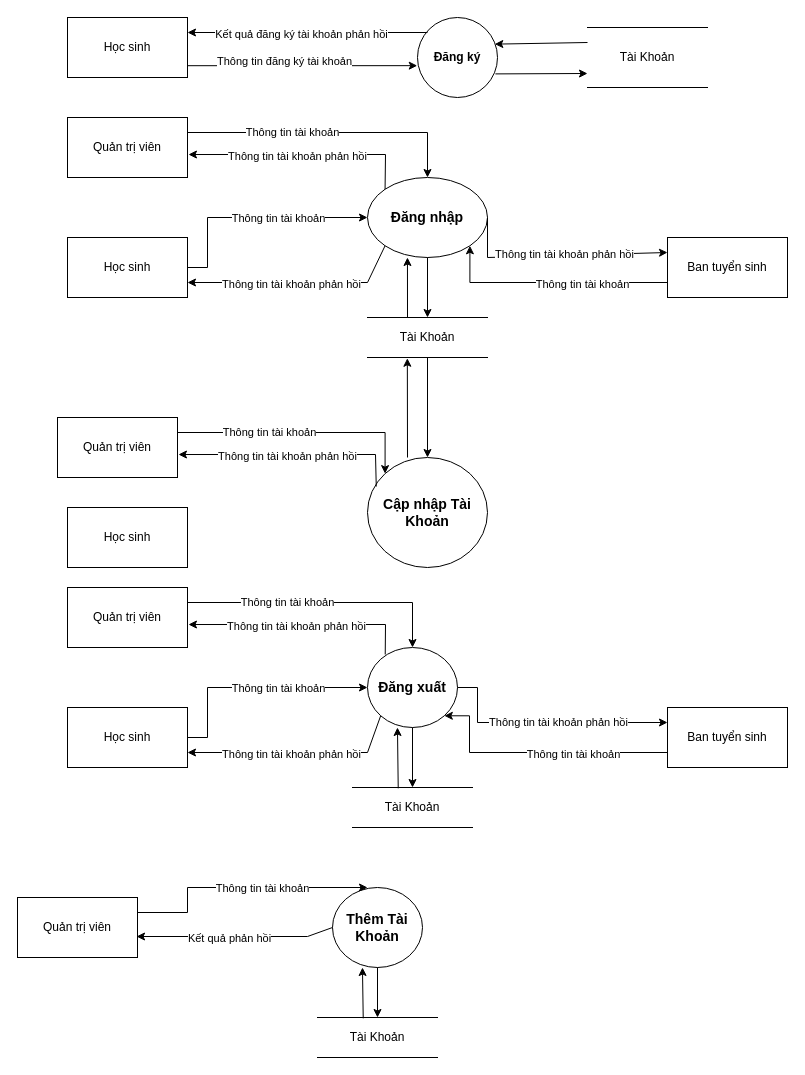
truongquangkhai99/TrinhVanTu_DATN keeps this draw.io diagram as page "Biểu đồ luồng dữ liệu mức dưới đỉnh - QL Tài khoản" (5 of 12) of 1. Bao Cao/DATN.drawio. Above is the earlier version. Source tidied: cells renumbered, new cells numbered last; positions are measured from the earlier drawing's top-left corner, leaving out a move shared by most shapes. Both pictures are drawn from the tidied source at 100%, with x=0, y=0 at pixel (17, 17).
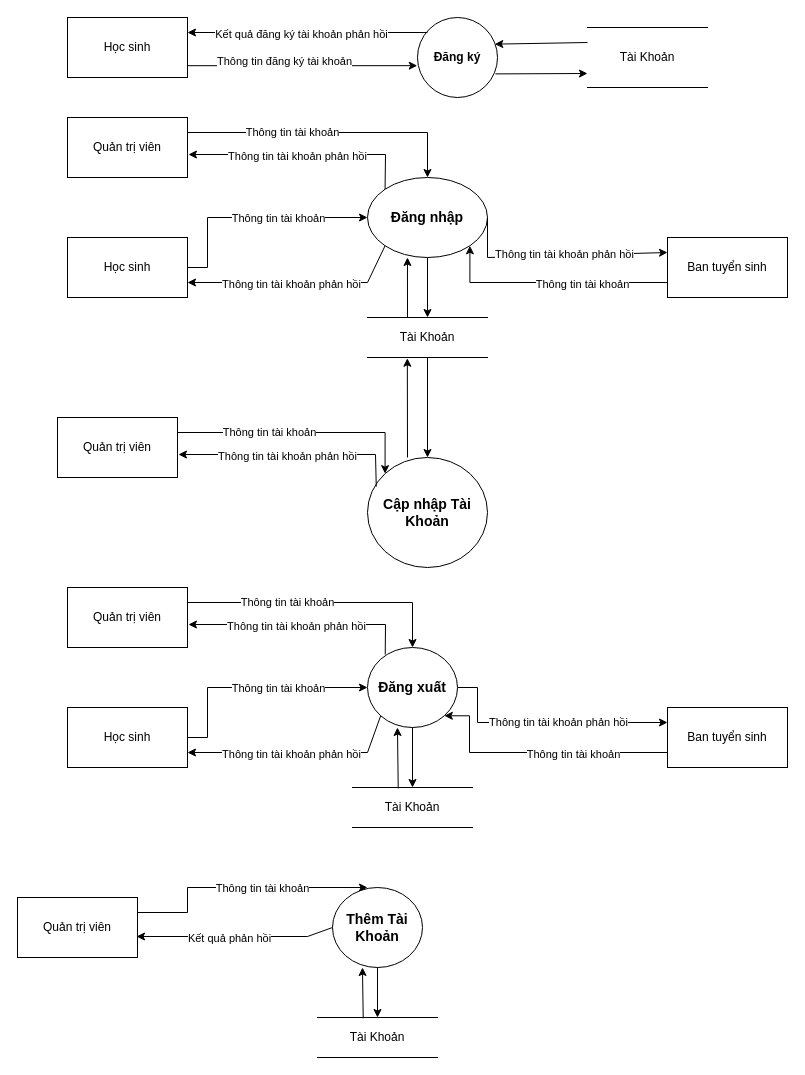
The same diagram, later.

What changed in the source:
```diff
@@
-    <mxCell id="31" value="Học sinh" style="rounded=0;whiteSpace=wrap;html=1;" parent="1" vertex="1">
-      <mxGeometry x="50" y="490" width="120" height="60" as="geometry" />
-    </mxCell>
```
